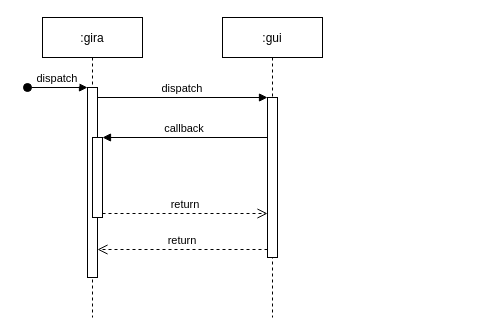
Before: Documentation/Diagrams/Sequence Diagram/Sequence Diagram.drawio in baltermia/Gira-ConsoleV2, a draw.io diagram. Source tidied: cells renumbered, new cells numbered last; positions are measured from the earlier drawing's top-left corner, leaving out a move shared by most shapes. Both pictures are drawn from the tidied source at 100%, with x=0, y=0 at pixel (27, 17).
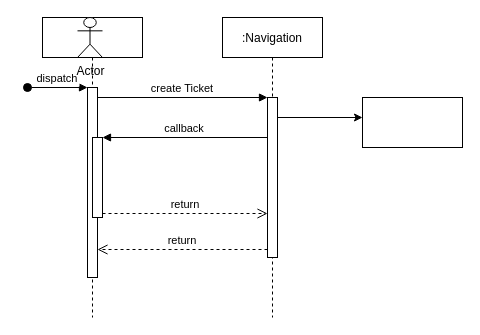
The same page after the edit.

Commit message (it also covers changes not shown here):
Exchanged Gui with Navigation Class

The edit, as a diff of the source:
```diff
@@
 <mxGraphModel>
   <root>
     <mxCell id="0" />
     <mxCell id="1" parent="0" />
-    <mxCell id="2" value=":gira" style="shape=umlLifeline;perimeter=lifelinePerimeter;rounded=0;shadow=0;strokeWidth=1;" parent="1" vertex="1">
+    <mxCell id="2" style="shape=umlLifeline;perimeter=lifelinePerimeter;rounded=0;shadow=0;strokeWidth=1;" parent="1" vertex="1">
       <mxGeometry x="15" width="100" height="300" as="geometry" />
     </mxCell>
     <mxCell id="3" style="points=[];perimeter=orthogonalPerimeter;rounded=0;shadow=0;strokeWidth=1;" parent="2" vertex="1">
       <mxGeometry x="45" y="70" width="10" height="190" as="geometry" />
     </mxCell>
     <mxCell id="4" value="dispatch" style="verticalAlign=bottom;startArrow=oval;endArrow=block;startSize=8;shadow=0;strokeWidth=1;" parent="2" edge="1" target="3">
       <mxGeometry relative="1" as="geometry">
         <mxPoint x="-15" y="70" as="sourcePoint" />
       </mxGeometry>
     </mxCell>
     <mxCell id="5" style="points=[];perimeter=orthogonalPerimeter;rounded=0;shadow=0;strokeWidth=1;" parent="2" vertex="1">
       <mxGeometry x="50" y="120" width="10" height="80" as="geometry" />
     </mxCell>
+    <mxCell id="12" value="Actor" style="shape=umlActor;verticalLabelPosition=bottom;verticalAlign=top;html=1;" parent="2" vertex="1">
+      <mxGeometry x="35" width="25" height="40" as="geometry" />
+    </mxCell>
-    <mxCell id="6" value=":gui" style="shape=umlLifeline;perimeter=lifelinePerimeter;rounded=0;shadow=0;strokeWidth=1;" parent="1" vertex="1">
+    <mxCell id="6" value=":Navigation" style="shape=umlLifeline;perimeter=lifelinePerimeter;rounded=0;shadow=0;strokeWidth=1;" parent="1" vertex="1">
       <mxGeometry x="195" width="100" height="300" as="geometry" />
     </mxCell>
     <mxCell id="7" style="points=[];perimeter=orthogonalPerimeter;rounded=0;shadow=0;strokeWidth=1;" parent="6" vertex="1">
       <mxGeometry x="45" y="80" width="10" height="160" as="geometry" />
     </mxCell>
     <mxCell id="8" value="return" style="verticalAlign=bottom;endArrow=open;dashed=1;endSize=8;exitX=0;exitY=0.95;shadow=0;strokeWidth=1;" parent="1" edge="1" source="7" target="3">
       <mxGeometry relative="1" as="geometry" />
     </mxCell>
-    <mxCell id="9" value="dispatch" style="verticalAlign=bottom;endArrow=block;entryX=0;entryY=0;shadow=0;strokeWidth=1;" parent="1" edge="1" source="3" target="7">
+    <mxCell id="9" value="create Ticket" style="verticalAlign=bottom;endArrow=block;entryX=0;entryY=0;shadow=0;strokeWidth=1;" parent="1" edge="1" source="3" target="7">
       <mxGeometry relative="1" as="geometry" />
     </mxCell>
     <mxCell id="10" value="callback" style="verticalAlign=bottom;endArrow=block;entryX=1;entryY=0;shadow=0;strokeWidth=1;" parent="1" edge="1" source="7" target="5">
       <mxGeometry relative="1" as="geometry" />
     </mxCell>
     <mxCell id="11" value="return" style="verticalAlign=bottom;endArrow=open;dashed=1;endSize=8;exitX=1;exitY=0.95;shadow=0;strokeWidth=1;" parent="1" edge="1" source="5" target="7">
       <mxGeometry relative="1" as="geometry" />
     </mxCell>
+    <mxCell id="13" style="endArrow=classic;html=1;" parent="1" edge="1" source="7">
+      <mxGeometry relative="1" as="geometry">
+        <mxPoint x="335" y="100" as="targetPoint" />
+      </mxGeometry>
+    </mxCell>
+    <mxCell id="14" style="rounded=0;whiteSpace=wrap;html=1;" parent="1" vertex="1">
+      <mxGeometry x="335" y="80" width="100" height="50" as="geometry" />
+    </mxCell>
   </root>
 </mxGraphModel>
```
